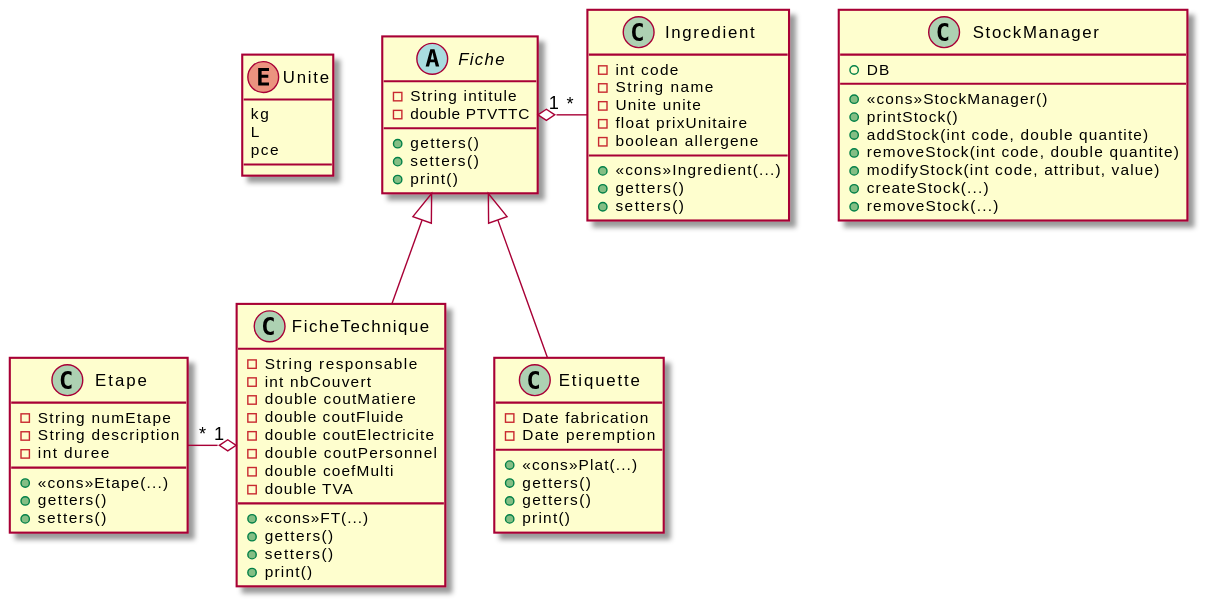
Earlier version of the PlantUML export plantuml.svg (iusildra/CookingTime). Source of this version:
```plantuml
@startuml
abstract Fiche {
  - String intitule
  - double PTVTTC
  +getters()
  +setters()
  +print()
}

class FicheTechnique {
  - String responsable
  - int nbCouvert
  - double coutMatiere
  - double coutFluide
  - double coutElectricite
  - double coutPersonnel
  - double coefMulti
  - double TVA
  +<<cons>>FT(...)
  +getters()
  +setters()
  +print()
}

class Etape {
  - String numEtape
  - String description
  - int duree
  +<<cons>>Etape(...)
  +getters()
  +setters()

}

class Ingredient {
  - int code
  - String name
  - Unite unite
  - float prixUnitaire
  - boolean allergene
  +<<cons>>Ingredient(...)
  +getters()
  +setters()
}

class Etiquette {
  - Date fabrication
  - Date peremption
  +<<cons>>Plat(...)
  +getters()
  +getters()
  +print()
}

enum Unite {
  kg
  L
  pce
}

class StockManager {
  +DB
  +<<cons>>StockManager()
  +printStock()
  +addStock(int code, double quantite)
  +removeStock(int code, double quantite)
  +modifyStock(int code, attribut, value)
  +createStock(...)
  +removeStock(...)
}

Fiche <|-- FicheTechnique
Fiche <|-- Etiquette
Fiche "1" o-right- "*" Ingredient
Fiche -left[hidden]- Unite
FicheTechnique "1" o-left- "*" Etape
@enduml
```
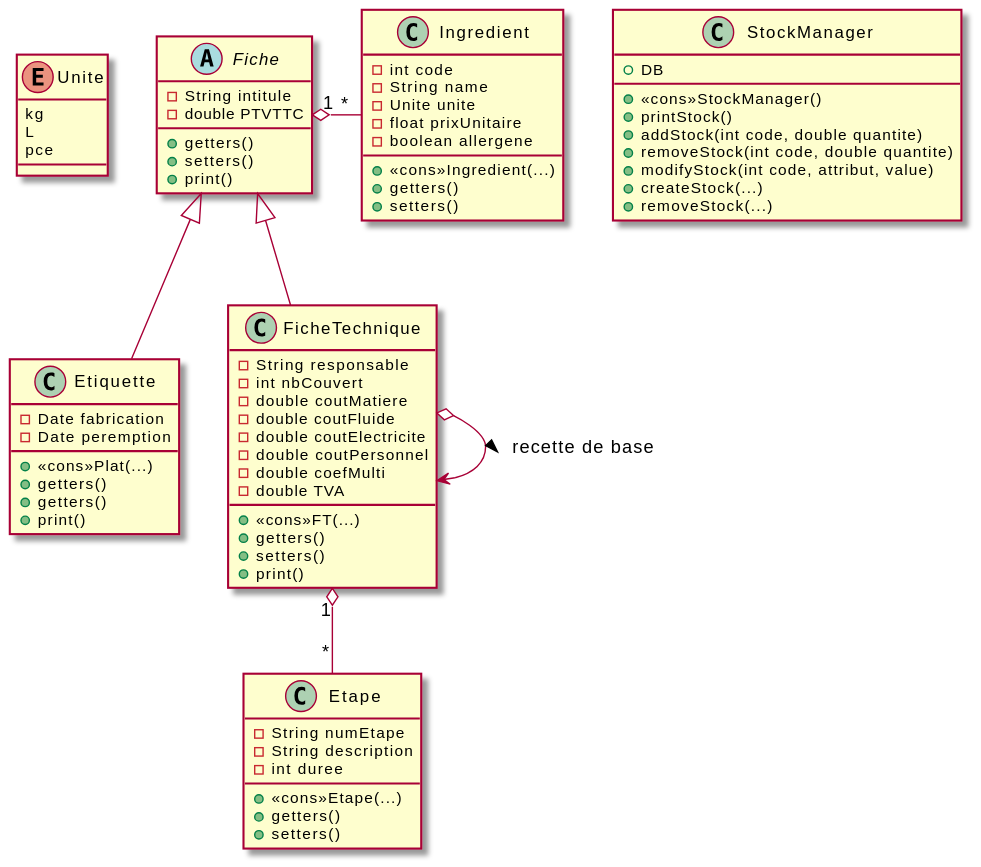
Above is the later version.

Commit message:
update uml / ajout assoc. interne (sous-recette)

Diff of the diagram source:
```diff
@@ -70,8 +70,10 @@
 }
 
 Fiche <|-- FicheTechnique
+FicheTechnique o-down-> FicheTechnique : > recette de base
 Fiche <|-- Etiquette
 Fiche "1" o-right- "*" Ingredient
 Fiche -left[hidden]- Unite
-FicheTechnique "1" o-left- "*" Etape
+FicheTechnique "1" o-down- "*" Etape
+Etiquette -right[hidden]- FicheTechnique
 @enduml
```
